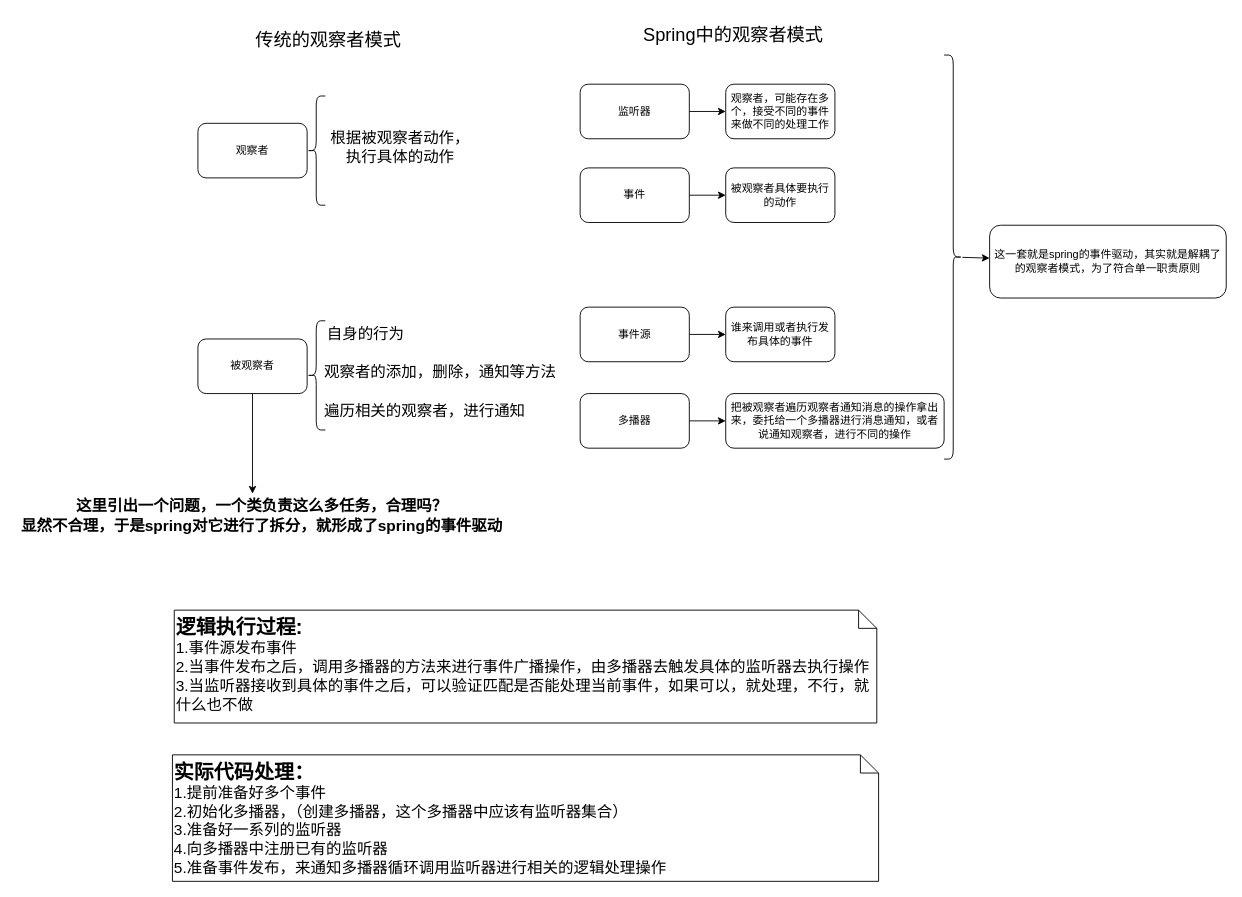
Earlier version of the draw.io diagram spring/Spring'sObserver.drawio (ZWYXY/all_images). Source tidied: cells renumbered, new cells numbered last; positions are measured from the earlier drawing's top-left corner, leaving out a move shared by most shapes. Both pictures are drawn from the tidied source at 91%, with x=0, y=0 at pixel (15, 15).
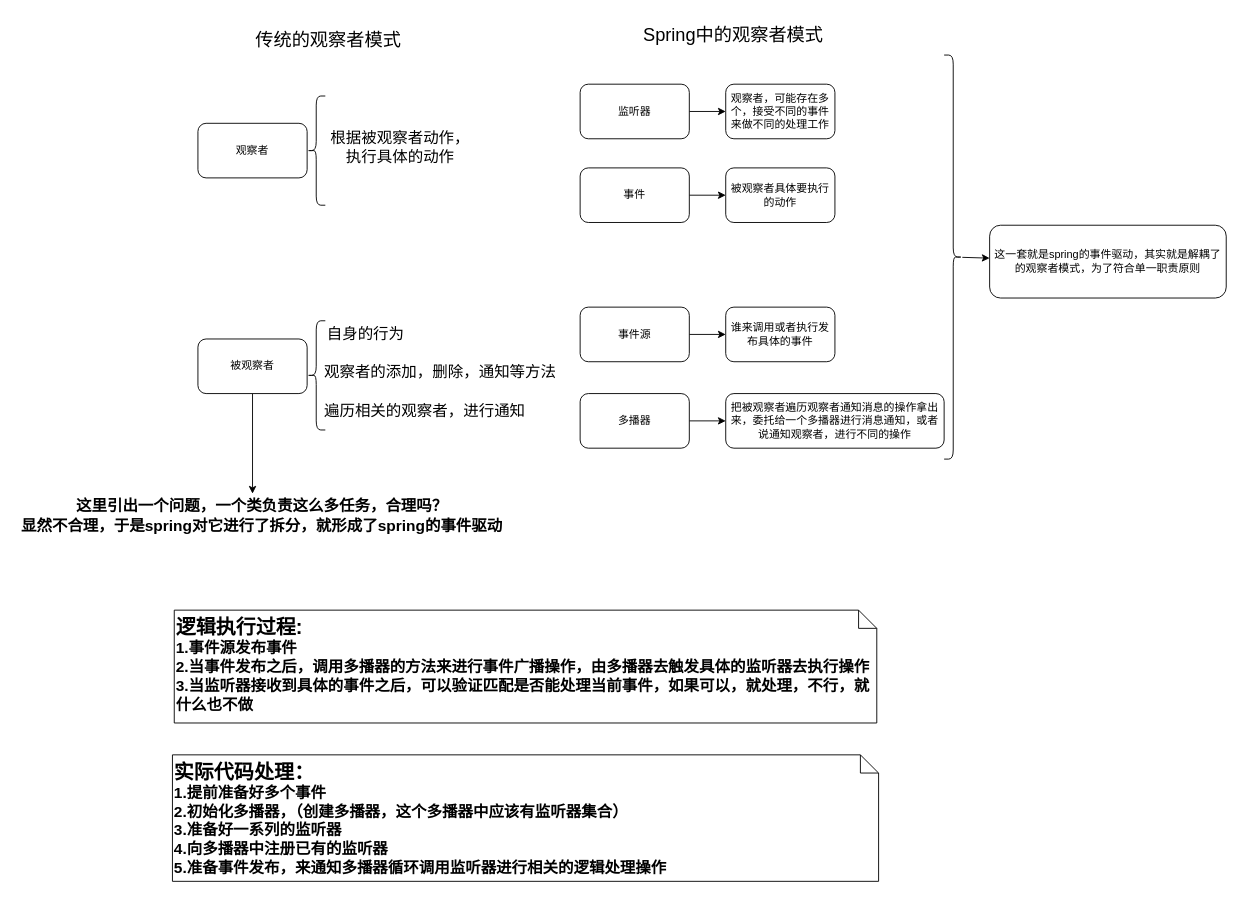
The same page after the edit.

Commit message:
修改几张图图

Change to the diagram source:
```diff
@@
-    <mxCell id="29" value="&lt;b&gt;&lt;font style=&quot;font-size: 22px&quot;&gt;逻辑执行过程:&lt;/font&gt;&lt;/b&gt;&lt;br&gt;1.事件源发布事件&lt;br&gt;2.当事件发布之后，调用多播器的方法来进行事件广播操作，由多播器去触发具体的监听器去执行操作&lt;br&gt;3.当监听器接收到具体的事件之后，可以验证匹配是否能处理当前事件，如果可以，就处理，不行，就什么也不做" style="shape=note;size=20;whiteSpace=wrap;html=1;fontSize=17;align=left;verticalAlign=top;" parent="1" vertex="1">
+    <mxCell id="29" value="&lt;span&gt;&lt;font style=&quot;font-size: 22px&quot;&gt;逻辑执行过程:&lt;/font&gt;&lt;/span&gt;&lt;br&gt;1.事件源发布事件&lt;br&gt;2.当事件发布之后，调用多播器的方法来进行事件广播操作，由多播器去触发具体的监听器去执行操作&lt;br&gt;3.当监听器接收到具体的事件之后，可以验证匹配是否能处理当前事件，如果可以，就处理，不行，就什么也不做" style="shape=note;size=20;whiteSpace=wrap;html=1;fontSize=17;align=left;verticalAlign=top;fontStyle=1;" parent="1" vertex="1">
       <mxGeometry x="174" y="653" width="772" height="124" as="geometry" />
     </mxCell>
-    <mxCell id="30" value="&lt;b&gt;&lt;font style=&quot;font-size: 22px&quot;&gt;实际代码处理：&lt;/font&gt;&lt;/b&gt;&lt;br&gt;1.提前准备好多个事件&lt;br&gt;2.初始化多播器，（创建多播器，这个多播器中应该有监听器集合）&lt;br&gt;3.准备好一系列的监听器&lt;br&gt;4.向多播器中注册已有的监听器&lt;br&gt;5.准备事件发布，来通知多播器循环调用监听器进行相关的逻辑处理操作" style="shape=note;size=20;whiteSpace=wrap;html=1;fontSize=17;verticalAlign=top;align=left;" parent="1" vertex="1">
+    <mxCell id="30" value="&lt;span&gt;&lt;font style=&quot;font-size: 22px&quot;&gt;实际代码处理：&lt;/font&gt;&lt;/span&gt;&lt;br&gt;1.提前准备好多个事件&lt;br&gt;2.初始化多播器，（创建多播器，这个多播器中应该有监听器集合）&lt;br&gt;3.准备好一系列的监听器&lt;br&gt;4.向多播器中注册已有的监听器&lt;br&gt;5.准备事件发布，来通知多播器循环调用监听器进行相关的逻辑处理操作" style="shape=note;size=20;whiteSpace=wrap;html=1;fontSize=17;verticalAlign=top;align=left;fontStyle=1;" parent="1" vertex="1">
       <mxGeometry x="172" y="812" width="776" height="139" as="geometry" />
     </mxCell>
```
